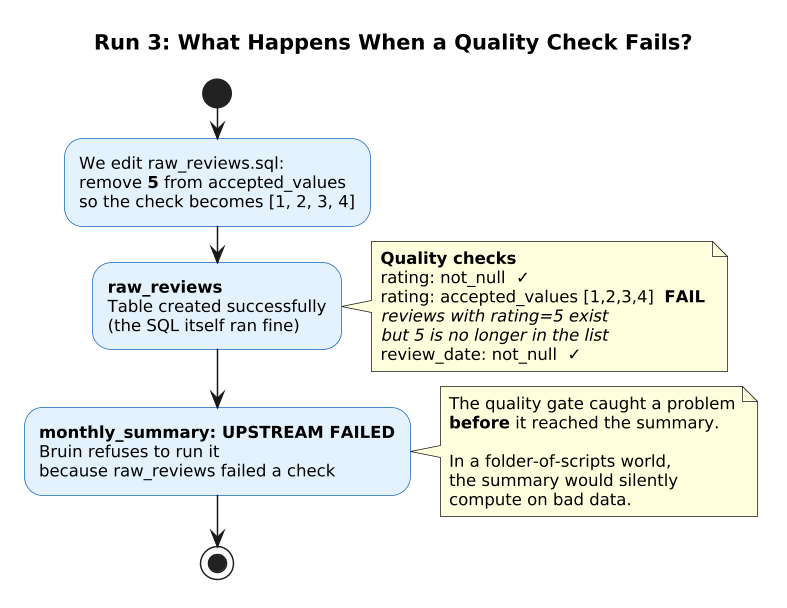
Above: img/diagram-bruin-run3-fail.png in ilyamusabirov/525next-steps (PlantUML), before the change.
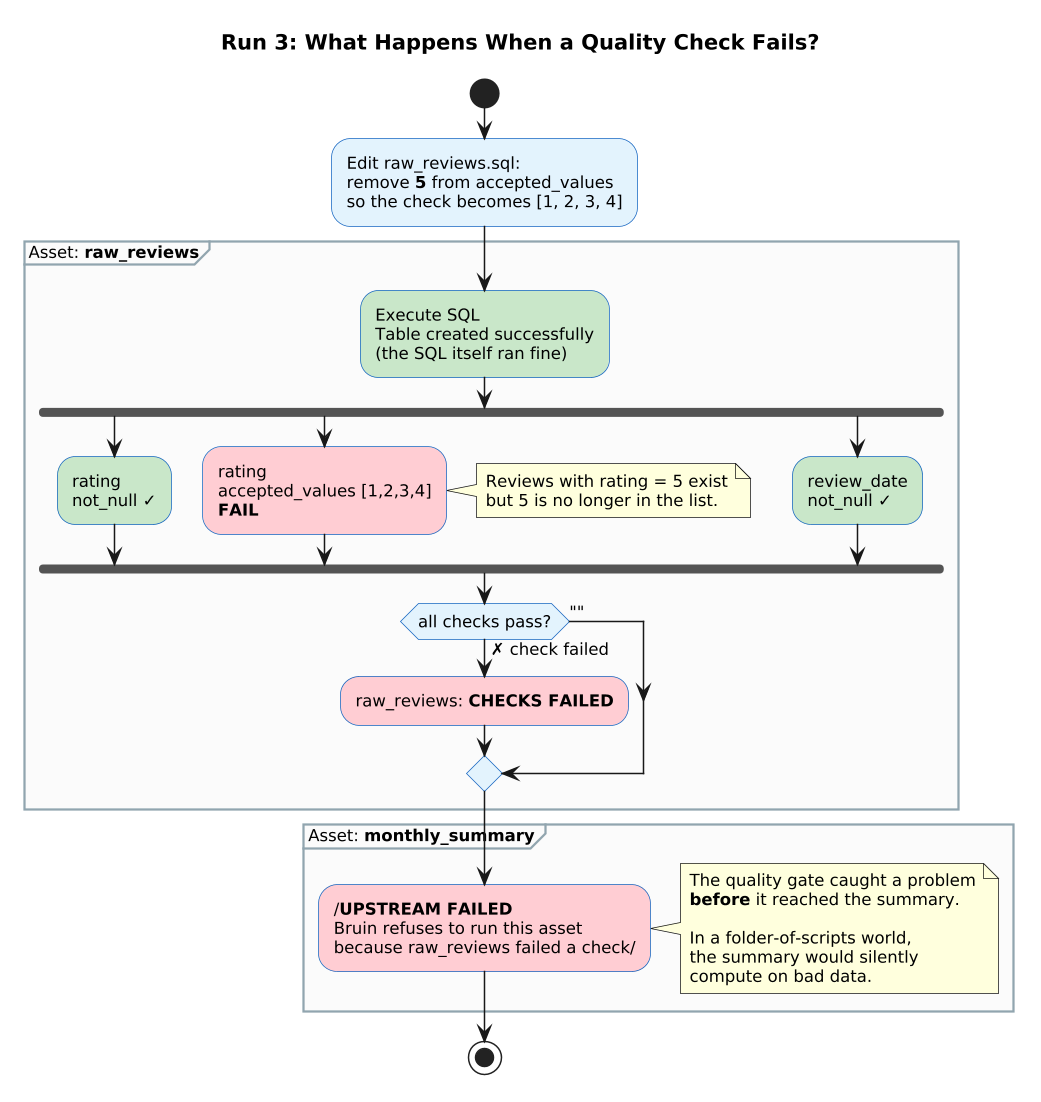
The same diagram one commit later.

Change to the diagram source:
```diff
@@ -3,30 +3,48 @@
 skinparam defaultFontSize 11
 skinparam ActivityBackgroundColor #e3f2fd
 skinparam ActivityBorderColor #1565c0
+skinparam DiamondBackgroundColor #fff9c4
+skinparam DiamondBorderColor #f0c040
+skinparam PartitionBackgroundColor #fafafa
+skinparam PartitionBorderColor #90a4ae
 
 title Run 3: What Happens When a Quality Check Fails?
 
 start
-:We edit raw_reviews.sql:\nremove **5** from accepted_values\nso the check becomes [1, 2, 3, 4];
+:Edit raw_reviews.sql:\nremove **5** from accepted_values\nso the check becomes [1, 2, 3, 4];
 
-:**raw_reviews**\nTable created successfully\n(the SQL itself ran fine);
-note right
-  **Quality checks**
-  rating: not_null  ✓
-  rating: accepted_values [1,2,3,4]  **FAIL**
-  //reviews with rating=5 exist//
-  //but 5 is no longer in the list//
-  review_date: not_null  ✓
-end note
+partition "Asset: **raw_reviews**" {
+  :Execute SQL\nTable created successfully\n(the SQL itself ran fine); <<#c8e6c9>>
 
-:**monthly_summary: UPSTREAM FAILED**\nBruin refuses to run it\nbecause raw_reviews failed a check;
-note right
-  The quality gate caught a problem
-  **before** it reached the summary.
+  fork
+    :rating\nnot_null ✓; <<#c8e6c9>>
+  fork again
+    :rating\naccepted_values [1,2,3,4]\n**FAIL**; <<#ffcdd2>>
+    note right
+      Reviews with rating = 5 exist
+      but 5 is no longer in the list.
+    end note
+  fork again
+    :review_date\nnot_null ✓; <<#c8e6c9>>
+  end fork
 
-  In a folder-of-scripts world,
-  the summary would silently
-  compute on bad data.
-end note
+  if (all checks pass?) then ("")
+  else (✗ check failed)
+    :raw_reviews: **CHECKS FAILED**; <<#ffcdd2>>
+  endif
+}
+
+partition "Asset: **monthly_summary**" {
+  :/**UPSTREAM FAILED**\nBruin refuses to run this asset\nbecause raw_reviews failed a check/; <<#ffcdd2>>
+  note right
+    The quality gate caught a problem
+    **before** it reached the summary.
+
+    In a folder-of-scripts world,
+    the summary would silently
+    compute on bad data.
+  end note
+}
+
 stop
 @enduml
```
